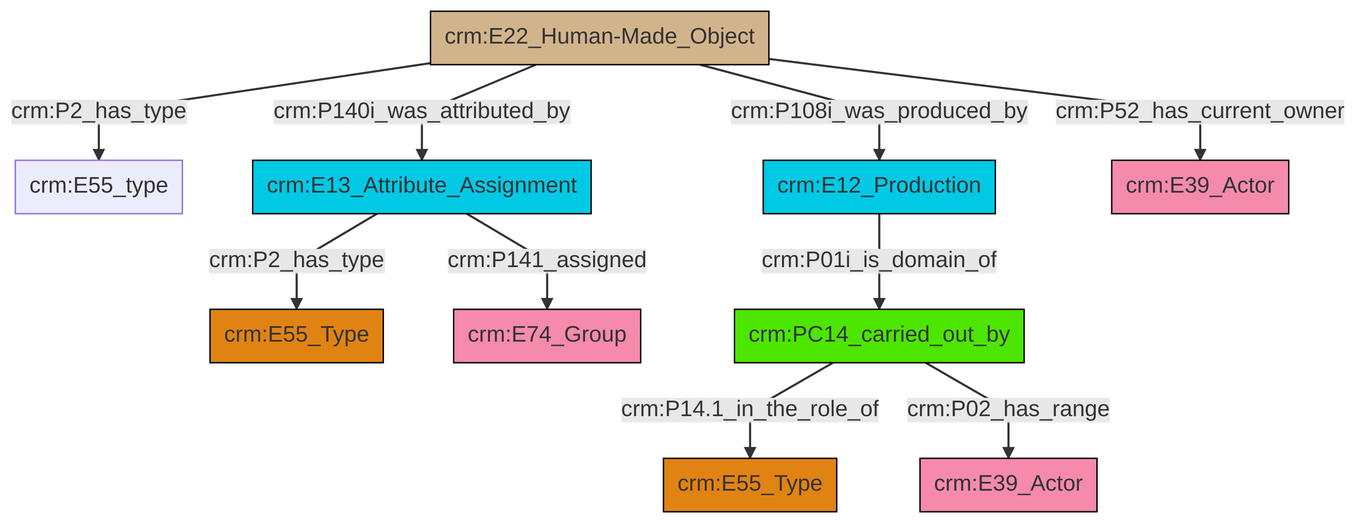
Earlier version of the Mermaid export et/builtWorkCSV/ttl/mmd/png/Built_Work_actor_relations.png (swiss-art-research-net/reference-data-models). Its source is kept beside it as et/builtWorkCSV/ttl/mmd/Built_Work_actor_relations.ttl.mmd.
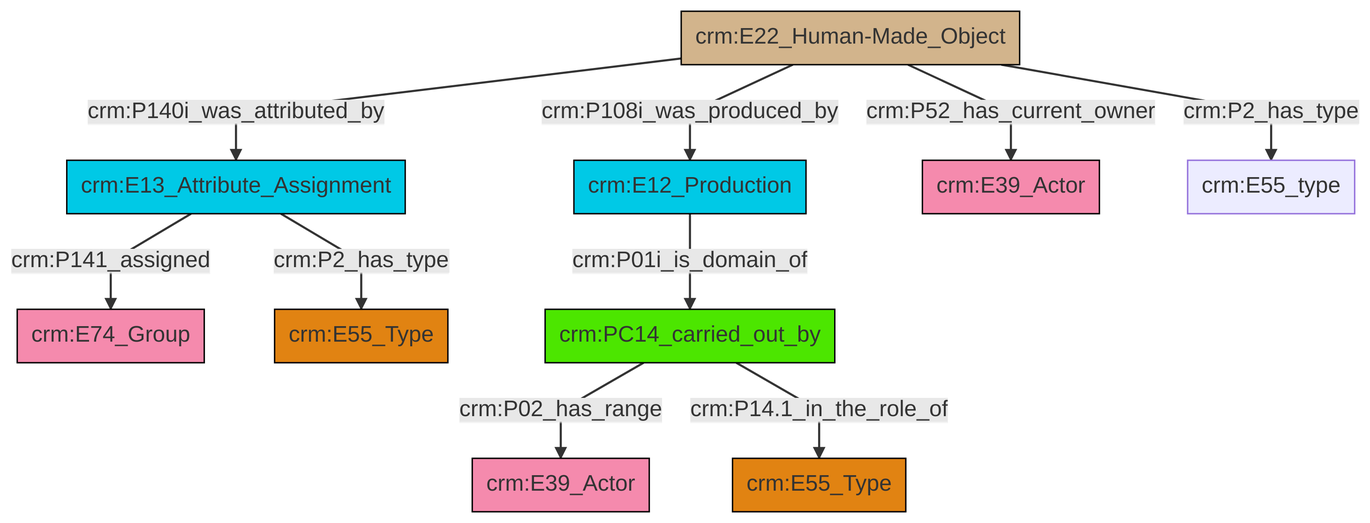
After the change.

The edit, as a diff of the source:
```diff
@@ -13,12 +13,12 @@
 classDef PC_Classes fill:#4ce600, stroke:#000000;
 classDef Multi fill:#cccccc,stroke:#000000;
 
-2["crm:E22_Human-Made_Object"]:::Physical_Thing -->|crm:P2_has_type| 4["crm:E55_type"]:::Default
-2["crm:E22_Human-Made_Object"]:::Physical_Thing -->|crm:P140i_was_attributed_by| 9["crm:E13_Attribute_Assignment"]:::Temporal_Entity
-2["crm:E22_Human-Made_Object"]:::Physical_Thing -->|crm:P108i_was_produced_by| 7["crm:E12_Production"]:::Temporal_Entity
-9["crm:E13_Attribute_Assignment"]:::Temporal_Entity -->|crm:P2_has_type| 14["crm:E55_Type"]:::Type
-12["crm:PC14_carried_out_by"]:::PC_Classes -->|crm:P14.1_in_the_role_of| 0["crm:E55_Type"]:::Type
-9["crm:E13_Attribute_Assignment"]:::Temporal_Entity -->|crm:P141_assigned| 5["crm:E74_Group"]:::Actor
-2["crm:E22_Human-Made_Object"]:::Physical_Thing -->|crm:P52_has_current_owner| 10["crm:E39_Actor"]:::Actor
-7["crm:E12_Production"]:::Temporal_Entity -->|crm:P01i_is_domain_of| 12["crm:PC14_carried_out_by"]:::PC_Classes
-12["crm:PC14_carried_out_by"]:::PC_Classes -->|crm:P02_has_range| 15["crm:E39_Actor"]:::Actor
+2["crm:E13_Attribute_Assignment"]:::Temporal_Entity -->|crm:P141_assigned| 0["crm:E74_Group"]:::Actor
+2["crm:E13_Attribute_Assignment"]:::Temporal_Entity -->|crm:P2_has_type| 4["crm:E55_Type"]:::Type
+5["crm:E12_Production"]:::Temporal_Entity -->|crm:P01i_is_domain_of| 8["crm:PC14_carried_out_by"]:::PC_Classes
+11["crm:E22_Human-Made_Object"]:::Physical_Thing -->|crm:P140i_was_attributed_by| 2["crm:E13_Attribute_Assignment"]:::Temporal_Entity
+8["crm:PC14_carried_out_by"]:::PC_Classes -->|crm:P02_has_range| 12["crm:E39_Actor"]:::Actor
+11["crm:E22_Human-Made_Object"]:::Physical_Thing -->|crm:P108i_was_produced_by| 5["crm:E12_Production"]:::Temporal_Entity
+8["crm:PC14_carried_out_by"]:::PC_Classes -->|crm:P14.1_in_the_role_of| 9["crm:E55_Type"]:::Type
+11["crm:E22_Human-Made_Object"]:::Physical_Thing -->|crm:P2_has_type| 17["crm:E55_type"]:::Default
+11["crm:E22_Human-Made_Object"]:::Physical_Thing -->|crm:P52_has_current_owner| 14["crm:E39_Actor"]:::Actor
```
